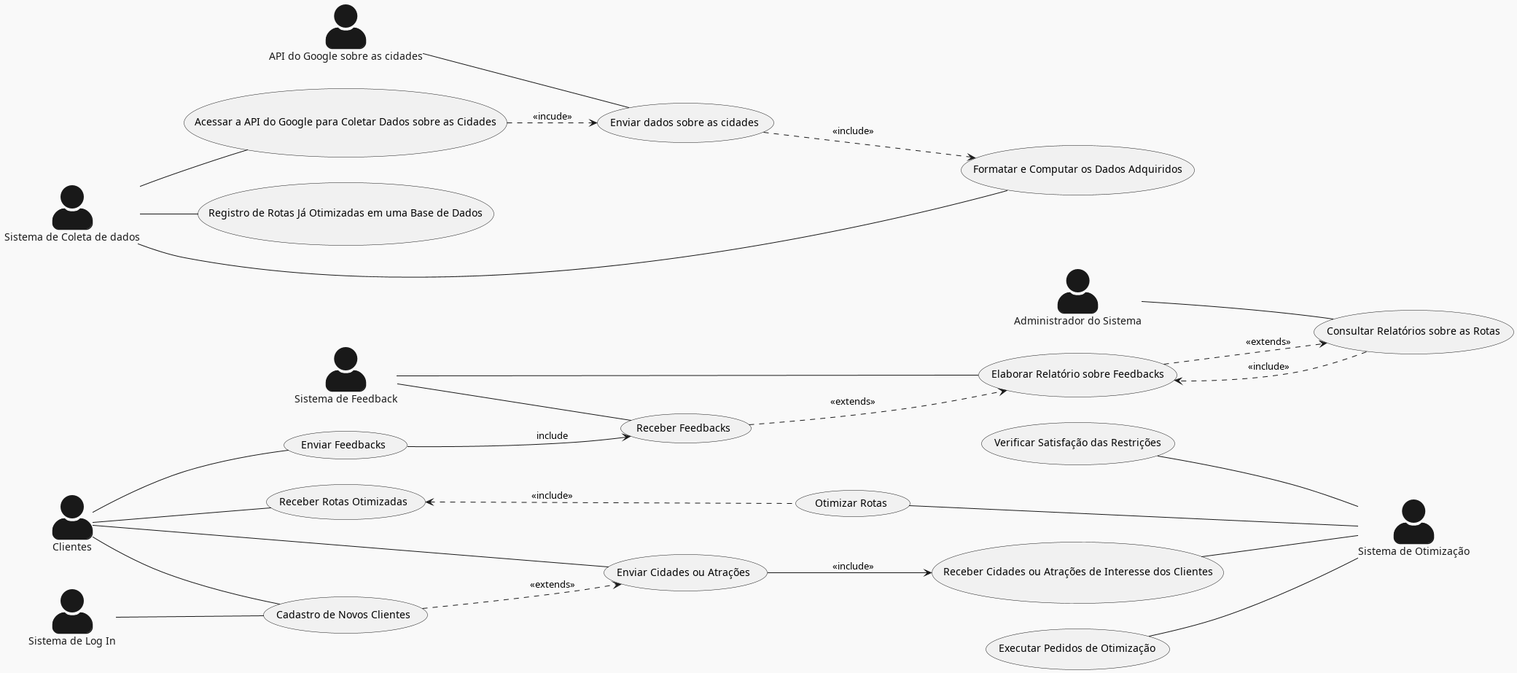
Above: Relatório/Semana-1/Diagramas/DCU.png in pedrodilallo/site_turismo_SIG (PlantUML), before the change.
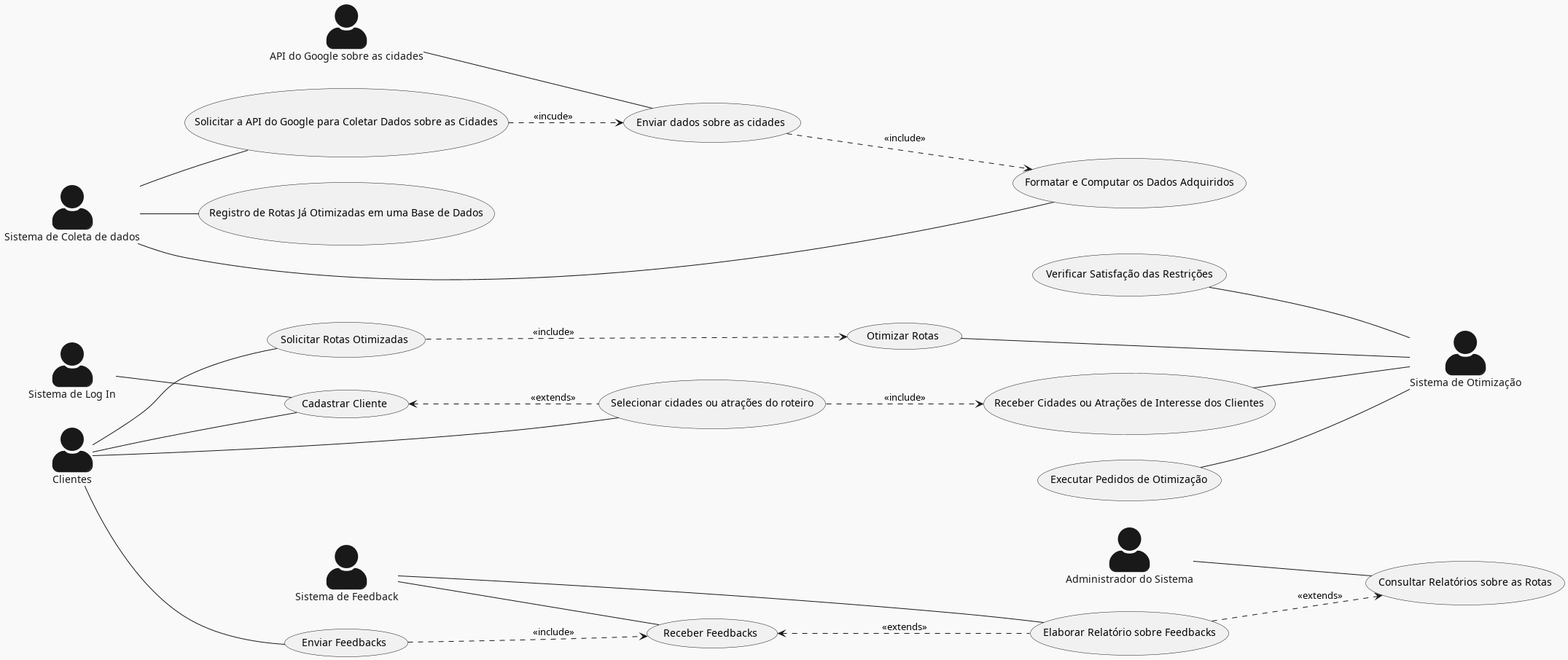
The same diagram one commit later.

Commit message:
Correções DCU

Change to the diagram source:
```diff
@@ -11,16 +11,16 @@
 actor "Sistema de Log In" as login
 actor "Sistema de Coleta de dados" as coletador
 
-cliente -- (Cadastro de Novos Clientes)
-cliente -- (Enviar Cidades ou Atrações)
+cliente -- (Cadastrar Cliente)
+cliente -- (Selecionar cidades ou atrações do roteiro)
 cliente -- (Enviar Feedbacks)
-cliente -- (Receber Rotas Otimizadas)
+cliente -- (Solicitar Rotas Otimizadas)
 
 
 
-login   --   (Cadastro de Novos Clientes)
+login   --   (Cadastrar Cliente)
 
-coletador -- (Acessar a API do Google para Coletar Dados sobre as Cidades)
+coletador -- (Solicitar a API do Google para Coletar Dados sobre as Cidades)
 coletador -- (Registro de Rotas Já Otimizadas em uma Base de Dados)
 coletador -- (Formatar e Computar os Dados Adquiridos)
 
@@ -36,15 +36,18 @@
 (Otimizar Rotas) -- otimizador
 (Executar Pedidos de Otimização) -- otimizador
 (Verificar Satisfação das Restrições) -- otimizador
-(Receber Rotas Otimizadas) <.. (Otimizar Rotas) : <<include>>
-(Enviar Feedbacks) --> (Receber Feedbacks) : include
-(Receber Feedbacks) ..> (Elaborar Relatório sobre Feedbacks) : <<extends>>
+(Solicitar Rotas Otimizadas) ..> (Otimizar Rotas) : <<include>>
+
+
+(Enviar Feedbacks) ..> (Receber Feedbacks) : <<include>>
+(Receber Feedbacks) <.. (Elaborar Relatório sobre Feedbacks) : <<extends>>
+
 (Elaborar Relatório sobre Feedbacks) ..> (Consultar Relatórios sobre as Rotas) : <<extends>>
-(Consultar Relatórios sobre as Rotas) ..> (Elaborar Relatório sobre Feedbacks) : <<include>>
-(Cadastro de Novos Clientes) ..> (Enviar Cidades ou Atrações) : <<extends>>
+(Cadastrar Cliente) <.. (Selecionar cidades ou atrações do roteiro) : <<extends>>
+
 (Enviar dados sobre as cidades) ..> (Formatar e Computar os Dados Adquiridos) : <<include>>
-(Enviar Cidades ou Atrações) -->  (Receber Cidades ou Atrações de Interesse dos Clientes) : <<include>>
-(Acessar a API do Google para Coletar Dados sobre as Cidades) ..> (Enviar dados sobre as cidades) : <<incude>>
+(Selecionar cidades ou atrações do roteiro) ..>  (Receber Cidades ou Atrações de Interesse dos Clientes) : <<include>>
+(Solicitar a API do Google para Coletar Dados sobre as Cidades) ..> (Enviar dados sobre as cidades) : <<incude>>
 
 
 
```
